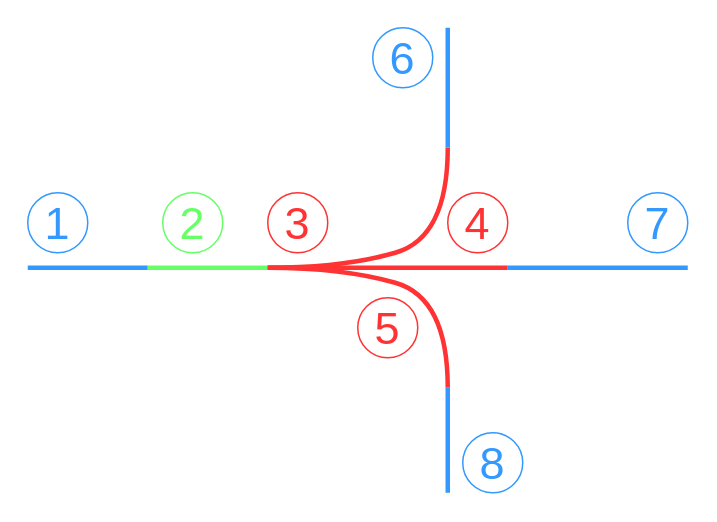
Earlier version of the draw.io diagram page "Page-4" (4 of 9) of Untitled Diagram.drawio (IMGSaibh/Links). Source tidied: cells renumbered, new cells numbered last; positions are measured from the earlier drawing's top-left corner, leaving out a move shared by most shapes. Both pictures are drawn from the tidied source at 150%, with x=0, y=0 at pixel (27, 27).
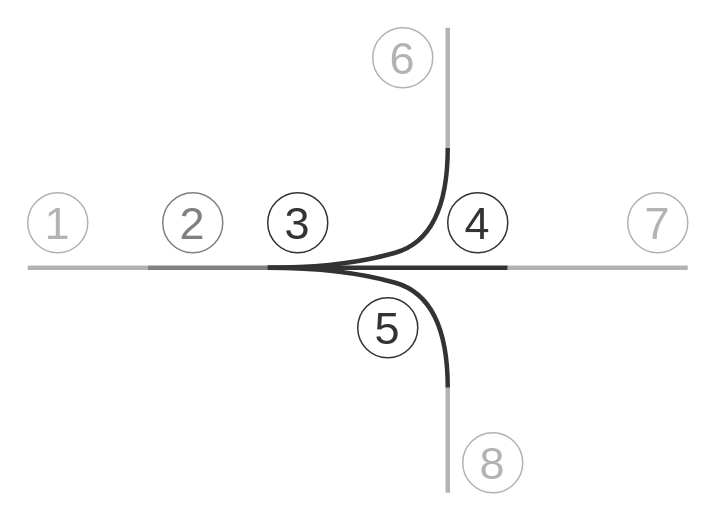
The same page after the edit.

Diff of the diagram source:
```diff
@@
-    <mxCell id="2" value="&lt;font style=&quot;font-size: 30px&quot; color=&quot;#3399FF&quot;&gt;1&lt;/font&gt;" style="ellipse;whiteSpace=wrap;html=1;fillColor=none;strokeColor=#3399FF;" parent="1" vertex="1">
+    <mxCell id="2" value="&lt;font style=&quot;font-size: 30px&quot; color=&quot;#B3B3B3&quot;&gt;1&lt;/font&gt;" style="ellipse;whiteSpace=wrap;html=1;fillColor=none;strokeColor=#B3B3B3;" parent="1" vertex="1">
       <mxGeometry y="110" width="40" height="40" as="geometry" />
     </mxCell>
-    <mxCell id="3" value="&lt;font style=&quot;font-size: 30px&quot; color=&quot;#66FF66&quot;&gt;2&lt;/font&gt;" style="ellipse;whiteSpace=wrap;html=1;fillColor=none;strokeColor=#66FF66;" parent="1" vertex="1">
+    <mxCell id="3" value="&lt;font style=&quot;font-size: 30px&quot; color=&quot;#808080&quot;&gt;2&lt;/font&gt;" style="ellipse;whiteSpace=wrap;html=1;fillColor=none;strokeColor=#808080;" parent="1" vertex="1">
       <mxGeometry x="90" y="110" width="40" height="40" as="geometry" />
     </mxCell>
-    <mxCell id="4" value="&lt;font style=&quot;font-size: 30px&quot; color=&quot;#FF3333&quot;&gt;4&lt;/font&gt;" style="ellipse;whiteSpace=wrap;html=1;fillColor=none;strokeColor=#FF3333;" parent="1" vertex="1">
+    <mxCell id="4" value="&lt;font style=&quot;font-size: 30px&quot; color=&quot;#333333&quot;&gt;4&lt;/font&gt;" style="ellipse;whiteSpace=wrap;html=1;fillColor=none;strokeColor=#333333;" parent="1" vertex="1">
       <mxGeometry x="280" y="110" width="40" height="40" as="geometry" />
     </mxCell>
-    <mxCell id="5" value="&lt;font style=&quot;font-size: 30px&quot; color=&quot;#FF3333&quot;&gt;3&lt;/font&gt;" style="ellipse;whiteSpace=wrap;html=1;fillColor=none;strokeColor=#FF3333;" parent="1" vertex="1">
+    <mxCell id="5" value="&lt;font style=&quot;font-size: 30px&quot; color=&quot;#333333&quot;&gt;3&lt;/font&gt;" style="ellipse;whiteSpace=wrap;html=1;fillColor=none;strokeColor=#333333;" parent="1" vertex="1">
       <mxGeometry x="160" y="110" width="40" height="40" as="geometry" />
     </mxCell>
-    <mxCell id="6" value="&lt;font style=&quot;font-size: 30px&quot; color=&quot;#FF3333&quot;&gt;5&lt;/font&gt;" style="ellipse;whiteSpace=wrap;html=1;fillColor=none;strokeColor=#FF3333;" parent="1" vertex="1">
+    <mxCell id="6" value="&lt;font style=&quot;font-size: 30px&quot; color=&quot;#333333&quot;&gt;5&lt;/font&gt;" style="ellipse;whiteSpace=wrap;html=1;fillColor=none;strokeColor=#333333;" parent="1" vertex="1">
       <mxGeometry x="220" y="180" width="40" height="40" as="geometry" />
     </mxCell>
-    <mxCell id="7" value="&lt;font style=&quot;font-size: 30px&quot; color=&quot;#3399FF&quot;&gt;6&lt;/font&gt;" style="ellipse;whiteSpace=wrap;html=1;fillColor=none;strokeColor=#3399FF;" parent="1" vertex="1">
+    <mxCell id="7" value="&lt;font style=&quot;font-size: 30px&quot; color=&quot;#B3B3B3&quot;&gt;6&lt;/font&gt;" style="ellipse;whiteSpace=wrap;html=1;fillColor=none;strokeColor=#B3B3B3;" parent="1" vertex="1">
       <mxGeometry x="230" width="40" height="40" as="geometry" />
     </mxCell>
-    <mxCell id="8" value="&lt;font style=&quot;font-size: 30px&quot; color=&quot;#3399FF&quot;&gt;7&lt;/font&gt;" style="ellipse;whiteSpace=wrap;html=1;fillColor=none;strokeColor=#3399FF;" parent="1" vertex="1">
+    <mxCell id="8" value="&lt;font style=&quot;font-size: 30px&quot; color=&quot;#B3B3B3&quot;&gt;7&lt;/font&gt;" style="ellipse;whiteSpace=wrap;html=1;fillColor=none;strokeColor=#B3B3B3;" parent="1" vertex="1">
       <mxGeometry x="400" y="110" width="40" height="40" as="geometry" />
     </mxCell>
-    <mxCell id="9" value="&lt;font style=&quot;font-size: 30px&quot; color=&quot;#3399FF&quot;&gt;8&lt;/font&gt;" style="ellipse;whiteSpace=wrap;html=1;fillColor=none;strokeColor=#3399FF;" parent="1" vertex="1">
+    <mxCell id="9" value="&lt;font style=&quot;font-size: 30px&quot; color=&quot;#B3B3B3&quot;&gt;8&lt;/font&gt;" style="ellipse;whiteSpace=wrap;html=1;fillColor=none;strokeColor=#B3B3B3;" parent="1" vertex="1">
       <mxGeometry x="290" y="270" width="40" height="40" as="geometry" />
     </mxCell>
-    <mxCell id="10" style="endArrow=none;html=1;rounded=0;fontSize=30;strokeWidth=3;strokeColor=#3399FF;" parent="1" edge="1">
+    <mxCell id="10" style="endArrow=none;html=1;rounded=0;fontSize=30;strokeWidth=3;strokeColor=#B3B3B3;" parent="1" edge="1">
       <mxGeometry relative="1" as="geometry">
         <mxPoint y="160" as="sourcePoint" />
         <mxPoint x="80" y="160" as="targetPoint" />
       </mxGeometry>
     </mxCell>
-    <mxCell id="11" style="endArrow=none;html=1;rounded=0;fontSize=30;strokeWidth=3;strokeColor=#66FF66;" parent="1" edge="1">
+    <mxCell id="11" style="endArrow=none;html=1;rounded=0;fontSize=30;strokeWidth=3;strokeColor=#808080;" parent="1" edge="1">
       <mxGeometry relative="1" as="geometry">
         <mxPoint x="80" y="160" as="sourcePoint" />
         <mxPoint x="160" y="160" as="targetPoint" />
       </mxGeometry>
     </mxCell>
-    <mxCell id="12" style="curved=1;endArrow=none;html=1;rounded=0;strokeColor=#FF3333;strokeWidth=3;endFill=0;" parent="1" edge="1">
+    <mxCell id="12" style="curved=1;endArrow=none;html=1;rounded=0;strokeColor=#333333;strokeWidth=3;endFill=0;" parent="1" edge="1">
       <mxGeometry relative="1" as="geometry">
         <mxPoint x="160" y="160" as="sourcePoint" />
         <mxPoint x="280" y="240" as="targetPoint" />
         <Array as="points">
           <mxPoint x="210" y="160" />
           <mxPoint x="280" y="180" />
         </Array>
       </mxGeometry>
     </mxCell>
-    <mxCell id="13" style="curved=1;endArrow=none;html=1;rounded=0;strokeColor=#FF3333;strokeWidth=3;endFill=0;" parent="1" edge="1">
+    <mxCell id="13" style="curved=1;endArrow=none;html=1;rounded=0;strokeColor=#333333;strokeWidth=3;endFill=0;" parent="1" edge="1">
       <mxGeometry relative="1" as="geometry">
         <mxPoint x="160" y="160" as="sourcePoint" />
         <mxPoint x="280" y="80" as="targetPoint" />
         <Array as="points">
           <mxPoint x="210" y="160" />
           <mxPoint x="280" y="140" />
         </Array>
       </mxGeometry>
     </mxCell>
-    <mxCell id="14" style="endArrow=none;html=1;rounded=0;fontSize=30;strokeWidth=3;strokeColor=#FF3333;" parent="1" edge="1">
+    <mxCell id="14" style="endArrow=none;html=1;rounded=0;fontSize=30;strokeWidth=3;strokeColor=#333333;" parent="1" edge="1">
       <mxGeometry relative="1" as="geometry">
         <mxPoint x="160" y="160" as="sourcePoint" />
         <mxPoint x="320" y="160" as="targetPoint" />
       </mxGeometry>
     </mxCell>
-    <mxCell id="15" style="endArrow=none;html=1;rounded=0;fontSize=30;strokeWidth=3;strokeColor=#3399FF;" parent="1" edge="1">
+    <mxCell id="15" style="endArrow=none;html=1;rounded=0;fontSize=30;strokeWidth=3;strokeColor=#B3B3B3;" parent="1" edge="1">
       <mxGeometry relative="1" as="geometry">
         <mxPoint x="320" y="160" as="sourcePoint" />
         <mxPoint x="440" y="160" as="targetPoint" />
       </mxGeometry>
     </mxCell>
-    <mxCell id="16" style="endArrow=none;html=1;rounded=0;fontSize=30;strokeWidth=3;strokeColor=#3399FF;" parent="1" edge="1">
+    <mxCell id="16" style="endArrow=none;html=1;rounded=0;fontSize=30;strokeWidth=3;strokeColor=#B3B3B3;" parent="1" edge="1">
       <mxGeometry relative="1" as="geometry">
         <mxPoint x="280" as="sourcePoint" />
         <mxPoint x="280" y="80" as="targetPoint" />
       </mxGeometry>
     </mxCell>
-    <mxCell id="17" style="endArrow=none;html=1;rounded=0;fontSize=30;strokeWidth=3;strokeColor=#3399FF;" parent="1" edge="1">
+    <mxCell id="17" style="endArrow=none;html=1;rounded=0;fontSize=30;strokeWidth=3;strokeColor=#B3B3B3;" parent="1" edge="1">
       <mxGeometry relative="1" as="geometry">
         <mxPoint x="280" y="240" as="sourcePoint" />
         <mxPoint x="280" y="310" as="targetPoint" />
       </mxGeometry>
     </mxCell>
```
